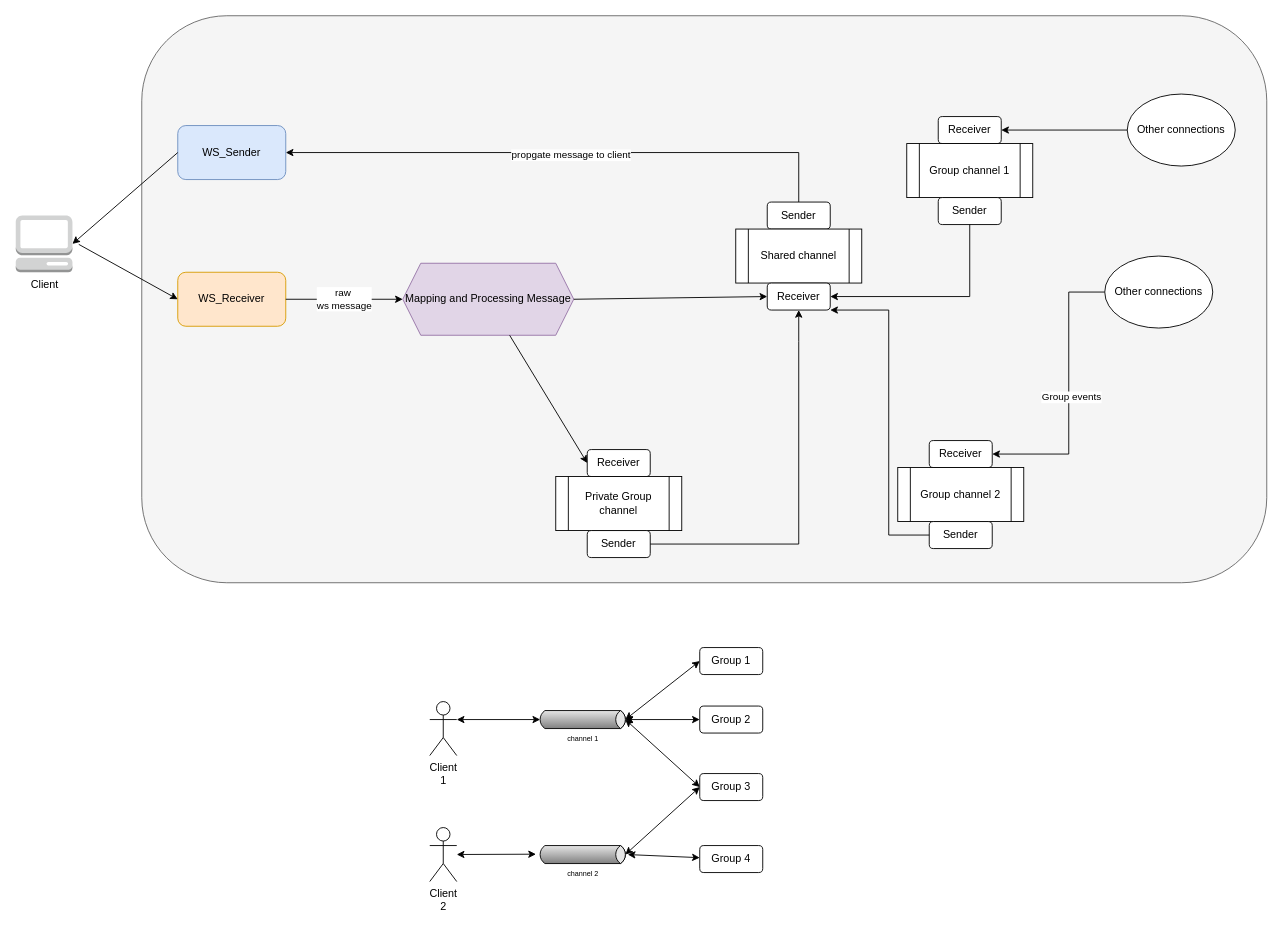
The draw.io diagram page "Workflow" (1 of 2) of doc/HandleChatSocket.drawio in tienphuckx/anony-box-backbone, before the edit. Source tidied: cells renumbered, new cells numbered last; positions are measured from the earlier drawing's top-left corner, leaving out a move shared by most shapes. Both pictures are drawn from the tidied source at 90%, with x=0, y=0 at pixel (15, 15).
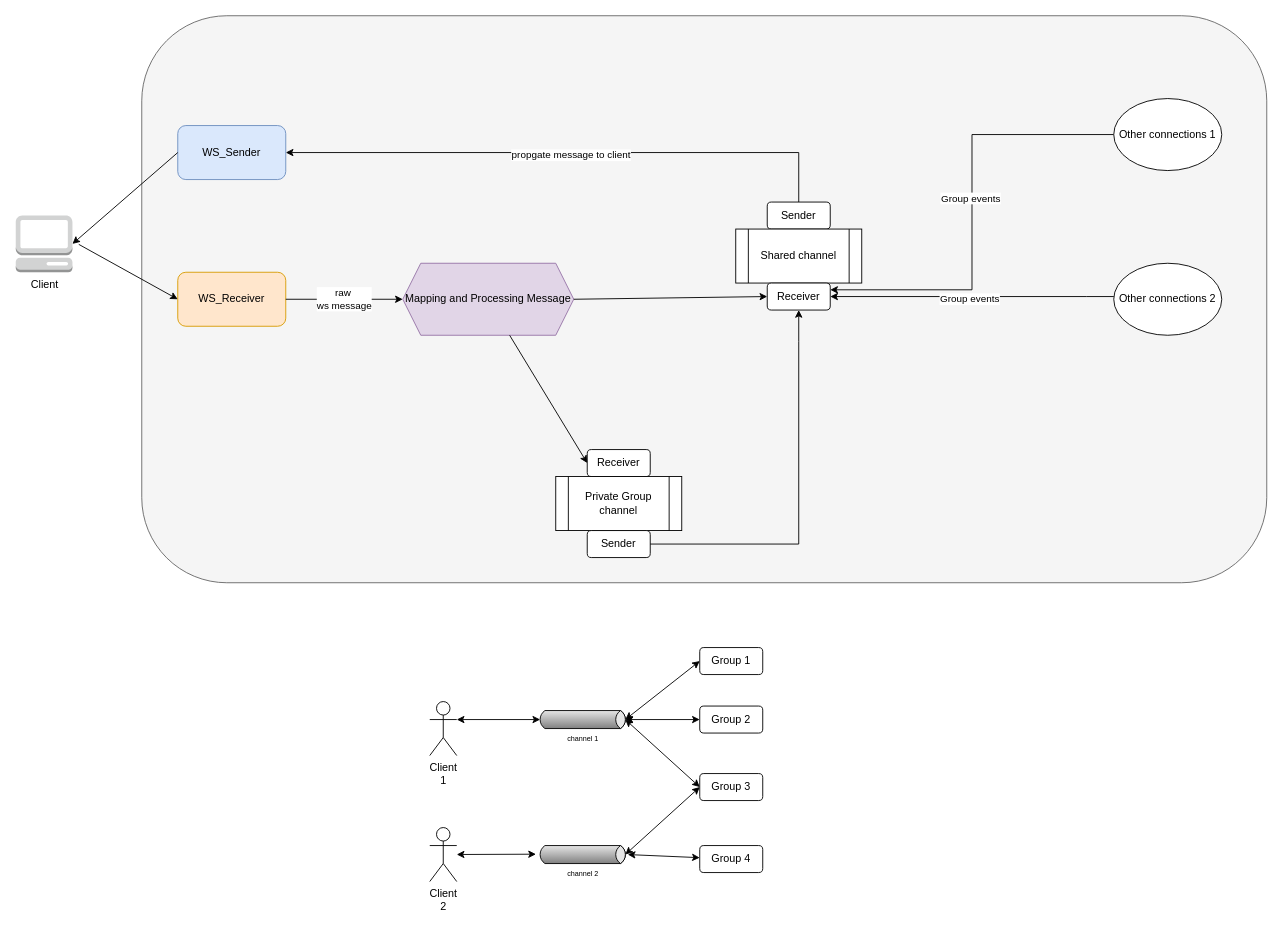
The same diagram, later.

Unchanged cells that the change refers to:
```xml
<mxCell id="15" value="&lt;div&gt;Receiver&lt;/div&gt;" style="rounded=1;whiteSpace=wrap;html=1;" parent="12" vertex="1">
  <mxGeometry x="35" y="90" width="70" height="30" as="geometry" />
</mxCell>
```

The edit, as a diff of the source:
```diff
@@
-    <mxCell id="16" style="edgeStyle=orthogonalEdgeStyle;rounded=0;jettySize=auto;html=1;entryX=1;entryY=0.5;entryDx=0;entryDy=0;" parent="1" edge="1" source="18" target="21">
+    <mxCell id="16" style="edgeStyle=orthogonalEdgeStyle;rounded=0;jettySize=auto;html=1;entryX=1;entryY=0.5;entryDx=0;entryDy=0;" parent="1" edge="1" source="18" target="15">
       <mxGeometry relative="1" as="geometry">
         <Array as="points">
-          <mxPoint x="1170" y="307" />
+          <mxPoint x="1190" y="312" />
+          <mxPoint x="1190" y="312" />
         </Array>
       </mxGeometry>
     </mxCell>
@@
-    <mxCell id="18" value="Other connections" style="ellipse;whiteSpace=wrap;html=1;" parent="1" vertex="1">
-      <mxGeometry x="1210" y="267" width="120" height="80" as="geometry" />
+    <mxCell id="18" value="Other connections 2" style="ellipse;whiteSpace=wrap;html=1;" parent="1" vertex="1">
+      <mxGeometry x="1220" y="275" width="120" height="80" as="geometry" />
     </mxCell>
@@
-    <mxCell id="20" style="group;" parent="1" vertex="1">
-      <mxGeometry x="980" y="472" width="140" height="120" as="geometry" />
-    </mxCell>
-    <mxCell id="21" value="Receiver" style="rounded=1;whiteSpace=wrap;html=1;" parent="20" vertex="1">
-      <mxGeometry x="35" width="70" height="30" as="geometry" />
-    </mxCell>
-    <mxCell id="22" value="Group channel 2" style="shape=process;whiteSpace=wrap;html=1;backgroundOutline=1;" parent="20" vertex="1">
-      <mxGeometry y="30" width="140" height="60" as="geometry" />
-    </mxCell>
-    <mxCell id="23" value="&lt;div&gt;Sender&lt;/div&gt;" style="rounded=1;whiteSpace=wrap;html=1;" parent="20" vertex="1">
-      <mxGeometry x="35" y="90" width="70" height="30" as="geometry" />
-    </mxCell>
@@
-    <mxCell id="28" style="endArrow=classic;html=1;rounded=0;exitX=0;exitY=0.5;exitDx=0;exitDy=0;entryX=1;entryY=1;entryDx=0;entryDy=0;" parent="1" edge="1" source="23" target="15">
-      <mxGeometry relative="1" as="geometry">
-        <Array as="points">
-          <mxPoint x="970" y="577" />
-          <mxPoint x="970" y="327" />
-        </Array>
-      </mxGeometry>
-    </mxCell>
@@
-    <mxCell id="31" style="group;" parent="1" vertex="1">
-      <mxGeometry x="990" y="112" width="140" height="120" as="geometry" />
-    </mxCell>
-    <mxCell id="32" value="Receiver" style="rounded=1;whiteSpace=wrap;html=1;" parent="31" vertex="1">
-      <mxGeometry x="35" width="70" height="30" as="geometry" />
-    </mxCell>
-    <mxCell id="33" value="Group channel 1" style="shape=process;whiteSpace=wrap;html=1;backgroundOutline=1;" parent="31" vertex="1">
-      <mxGeometry y="30" width="140" height="60" as="geometry" />
-    </mxCell>
-    <mxCell id="34" value="&lt;div&gt;Sender&lt;/div&gt;" style="rounded=1;whiteSpace=wrap;html=1;" parent="31" vertex="1">
-      <mxGeometry x="35" y="90" width="70" height="30" as="geometry" />
-    </mxCell>
-    <mxCell id="35" style="edgeStyle=orthogonalEdgeStyle;rounded=0;jettySize=auto;html=1;entryX=1;entryY=0.5;entryDx=0;entryDy=0;" parent="1" edge="1" source="36" target="32">
+    <mxCell id="35" style="edgeStyle=orthogonalEdgeStyle;rounded=0;jettySize=auto;html=1;entryX=1;entryY=0.25;entryDx=0;entryDy=0;" parent="1" edge="1" source="36" target="15">
       <mxGeometry relative="1" as="geometry" />
     </mxCell>
+    <mxCell id="53" value="Group events" style="edgeLabel;html=1;align=center;verticalAlign=middle;" parent="35" vertex="1">
+      <mxGeometry x="-0.07" y="-2" relative="1" as="geometry">
+        <mxPoint y="1" as="offset" />
+      </mxGeometry>
+    </mxCell>
-    <mxCell id="36" value="Other connections" style="ellipse;whiteSpace=wrap;html=1;" parent="1" vertex="1">
-      <mxGeometry x="1235" y="87" width="120" height="80" as="geometry" />
+    <mxCell id="36" value="Other connections 1" style="ellipse;whiteSpace=wrap;html=1;" parent="1" vertex="1">
+      <mxGeometry x="1220" y="92" width="120" height="80" as="geometry" />
     </mxCell>
-    <mxCell id="37" style="edgeStyle=orthogonalEdgeStyle;rounded=0;jettySize=auto;html=1;exitX=0.5;exitY=1;exitDx=0;exitDy=0;" parent="1" edge="1" source="34">
-      <mxGeometry relative="1" as="geometry">
-        <mxPoint x="905" y="312" as="targetPoint" />
-        <Array as="points">
-          <mxPoint x="1060" y="312" />
-          <mxPoint x="905" y="312" />
-        </Array>
-      </mxGeometry>
-    </mxCell>
```
